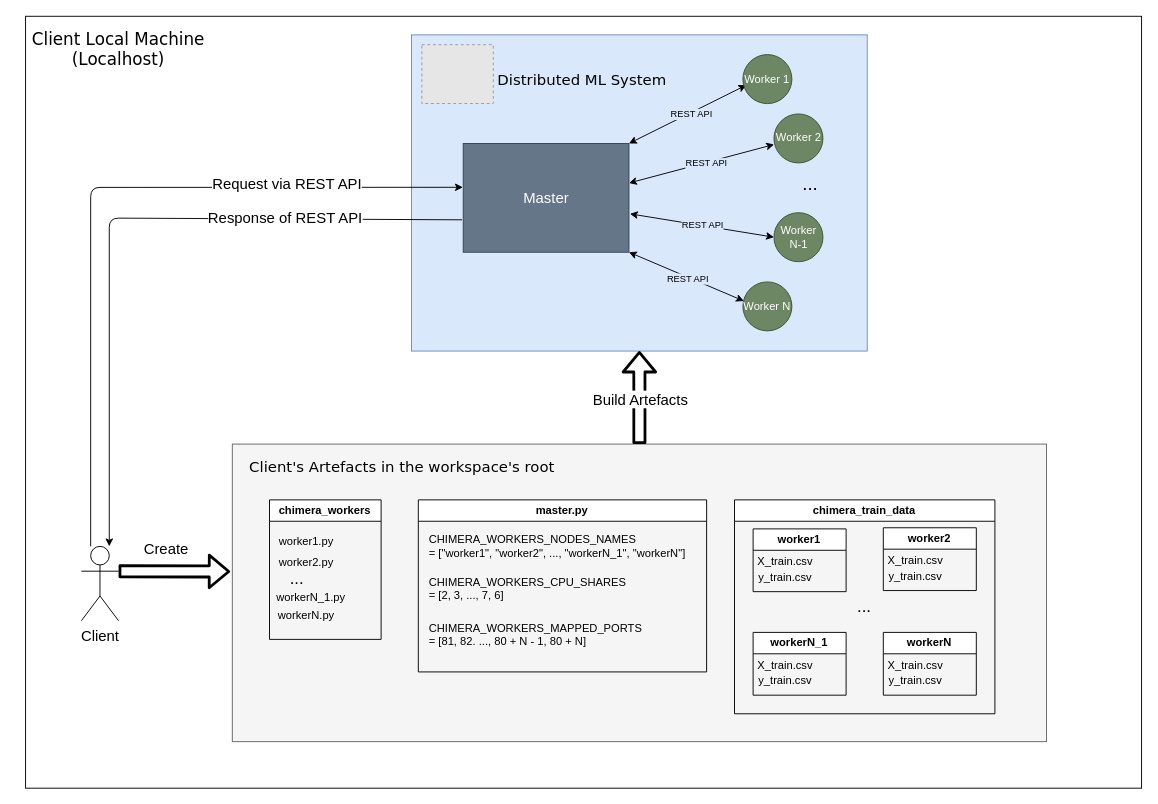
The draw.io diagram images/client/client_interactions.drawio in Samirnunes/chimera, before the edit. Source tidied: cells renumbered, new cells numbered last; positions are measured from the earlier drawing's top-left corner, leaving out a move shared by most shapes. Both pictures are drawn from the tidied source at 93%, with x=0, y=0 at pixel (16, 16). Pictures stored in the file or linked from it are replaced by grey dashed boxes.
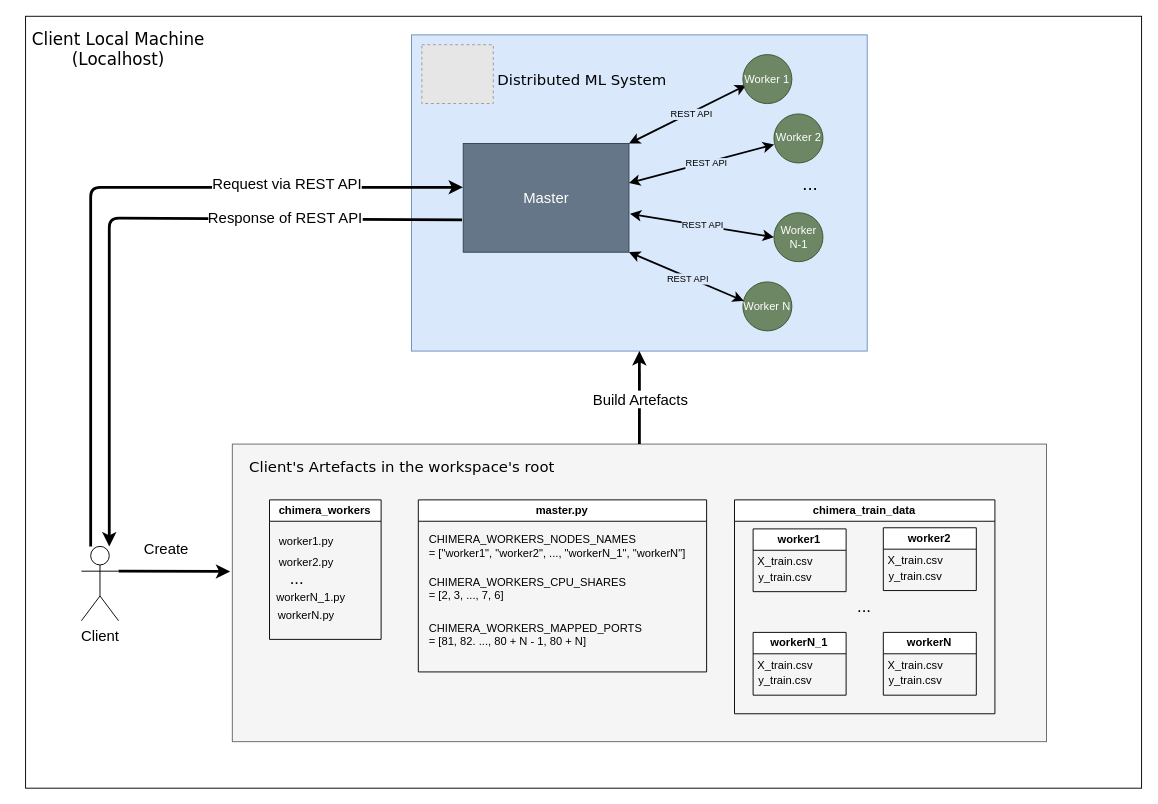
The same diagram, later.

Unchanged cells that the change refers to:
```xml
<mxCell id="3" style="rounded=0;whiteSpace=wrap;html=1;fillColor=#f5f5f5;strokeColor=#666666;fontColor=#333333;" parent="1" vertex="1">
  <mxGeometry x="232.3" y="460" width="875.5" height="320" as="geometry" />
</mxCell>
<mxCell id="4" value="&lt;font style=&quot;font-size: 16px;&quot;&gt;Client&lt;/font&gt;" style="shape=umlActor;verticalLabelPosition=bottom;verticalAlign=top;html=1;outlineConnect=0;" parent="1" vertex="1">
  <mxGeometry x="70" y="570" width="40" height="80" as="geometry" />
</mxCell>
<mxCell id="8" style="rounded=0;whiteSpace=wrap;html=1;fillColor=#dae8fc;strokeColor=#6c8ebf;" parent="7" vertex="1">
  <mxGeometry width="490" height="340" as="geometry" />
</mxCell>
<mxCell id="9" style="group;" parent="7" vertex="1">
  <mxGeometry x="11.1" y="10.6" width="456.6" height="308.1" as="geometry" />
</mxCell>
<mxCell id="10" value="&lt;font style=&quot;color: rgb(255, 255, 255); font-size: 16px;&quot;&gt;Master&lt;/font&gt;" style="rounded=0;whiteSpace=wrap;html=1;fillColor=#647687;strokeColor=#314354;fontColor=#ffffff;" parent="9" vertex="1">
  <mxGeometry x="44.5" y="106.2" width="178.2" height="116.9" as="geometry" />
</mxCell>
<mxCell id="13" value="&lt;font style=&quot;color: rgb(255, 255, 255);&quot;&gt;Worker 1&lt;/font&gt;" style="ellipse;whiteSpace=wrap;html=1;fillColor=#6d8764;strokeColor=#3A5431;fontColor=#ffffff;" parent="9" vertex="1">
  <mxGeometry x="345.2" y="10.6" width="52.7" height="52.7" as="geometry" />
</mxCell>
<mxCell id="14" value="&lt;span style=&quot;&quot;&gt;&lt;font style=&quot;color: rgb(255, 255, 255);&quot;&gt;Worker 2&lt;/font&gt;&lt;/span&gt;" style="ellipse;whiteSpace=wrap;html=1;fillColor=#6d8764;strokeColor=#3A5431;fontColor=#ffffff;" parent="9" vertex="1">
  <mxGeometry x="378.6" y="74.4" width="52.7" height="52.7" as="geometry" />
</mxCell>
<mxCell id="15" value="&lt;span style=&quot;&quot;&gt;&lt;font style=&quot;color: rgb(255, 255, 255);&quot;&gt;Worker N-1&lt;/font&gt;&lt;/span&gt;" style="ellipse;whiteSpace=wrap;html=1;fillColor=#6d8764;strokeColor=#3A5431;fontColor=#ffffff;" parent="9" vertex="1">
  <mxGeometry x="378.6" y="180.6" width="52.7" height="52.7" as="geometry" />
</mxCell>
<mxCell id="16" value="&lt;span style=&quot;&quot;&gt;&lt;font style=&quot;color: rgb(255, 255, 255);&quot;&gt;Worker N&lt;/font&gt;&lt;/span&gt;" style="ellipse;whiteSpace=wrap;html=1;fillColor=#6d8764;strokeColor=#3A5431;fontColor=#ffffff;" parent="9" vertex="1">
  <mxGeometry x="345.2" y="255" width="52.7" height="52.7" as="geometry" />
</mxCell>
```

Diff of the diagram source:
```diff
@@
-    <mxCell id="11" style="endArrow=classic;startArrow=classic;html=1;exitX=1;exitY=0;exitDx=0;exitDy=0;entryX=0.07;entryY=0.623;entryDx=0;entryDy=0;entryPerimeter=0;" parent="9" edge="1" source="10" target="13">
+    <mxCell id="11" style="endArrow=classic;startArrow=classic;html=1;exitX=1;exitY=0;exitDx=0;exitDy=0;entryX=0.07;entryY=0.623;entryDx=0;entryDy=0;entryPerimeter=0;strokeWidth=2;" parent="9" edge="1" source="10" target="13">
       <mxGeometry relative="1" as="geometry" />
     </mxCell>
@@
-    <mxCell id="18" style="endArrow=classic;startArrow=classic;html=1;exitX=1;exitY=0.364;exitDx=0;exitDy=0;exitPerimeter=0;entryX=0.003;entryY=0.623;entryDx=0;entryDy=0;entryPerimeter=0;" parent="9" edge="1" source="10" target="14">
+    <mxCell id="18" style="endArrow=classic;startArrow=classic;html=1;exitX=1;exitY=0.364;exitDx=0;exitDy=0;exitPerimeter=0;entryX=0.003;entryY=0.623;entryDx=0;entryDy=0;entryPerimeter=0;strokeWidth=2;" parent="9" edge="1" source="10" target="14">
       <mxGeometry relative="1" as="geometry" />
     </mxCell>
@@
-    <mxCell id="20" style="endArrow=classic;startArrow=classic;html=1;exitX=1.006;exitY=0.647;exitDx=0;exitDy=0;exitPerimeter=0;entryX=0;entryY=0.5;entryDx=0;entryDy=0;" parent="9" edge="1" source="10" target="15">
+    <mxCell id="20" style="endArrow=classic;startArrow=classic;html=1;exitX=1.006;exitY=0.647;exitDx=0;exitDy=0;exitPerimeter=0;entryX=0;entryY=0.5;entryDx=0;entryDy=0;strokeWidth=2;" parent="9" edge="1" source="10" target="15">
       <mxGeometry relative="1" as="geometry" />
     </mxCell>
@@
-    <mxCell id="22" style="endArrow=classic;startArrow=classic;html=1;exitX=1;exitY=1;exitDx=0;exitDy=0;entryX=0.02;entryY=0.39;entryDx=0;entryDy=0;entryPerimeter=0;" parent="9" edge="1" source="10" target="16">
+    <mxCell id="22" style="endArrow=classic;startArrow=classic;html=1;exitX=1;exitY=1;exitDx=0;exitDy=0;entryX=0.02;entryY=0.39;entryDx=0;entryDy=0;entryPerimeter=0;strokeWidth=2;" parent="9" edge="1" source="10" target="16">
       <mxGeometry relative="1" as="geometry" />
     </mxCell>
@@
-    <mxCell id="53" style="endArrow=classic;html=1;exitX=0.5;exitY=0;exitDx=0;exitDy=0;entryX=0.5;entryY=1;entryDx=0;entryDy=0;shape=flexArrow;strokeWidth=3;" parent="1" edge="1" source="3" target="8">
+    <mxCell id="53" style="endArrow=classic;html=1;exitX=0.5;exitY=0;exitDx=0;exitDy=0;entryX=0.5;entryY=1;entryDx=0;entryDy=0;strokeWidth=3;" parent="1" edge="1" source="3" target="8">
       <mxGeometry relative="1" as="geometry" />
     </mxCell>
@@
-    <mxCell id="55" style="shape=flexArrow;endArrow=classic;html=1;exitX=1;exitY=0.3333333333333333;exitDx=0;exitDy=0;exitPerimeter=0;strokeWidth=3;" parent="1" edge="1" source="4">
+    <mxCell id="55" style="endArrow=classic;html=1;exitX=1;exitY=0.3333333333333333;exitDx=0;exitDy=0;exitPerimeter=0;strokeWidth=3;" parent="1" edge="1" source="4">
       <mxGeometry relative="1" as="geometry">
         <mxPoint x="230" y="597" as="targetPoint" />
       </mxGeometry>
     </mxCell>
@@
-    <mxCell id="57" style="endArrow=classic;html=1;entryX=-0.002;entryY=0.403;entryDx=0;entryDy=0;entryPerimeter=0;" parent="1" edge="1" target="10">
+    <mxCell id="57" style="endArrow=classic;html=1;entryX=-0.002;entryY=0.403;entryDx=0;entryDy=0;entryPerimeter=0;strokeWidth=3;" parent="1" edge="1" target="10">
       <mxGeometry relative="1" as="geometry">
         <mxPoint x="80" y="570" as="sourcePoint" />
         <Array as="points">
           <mxPoint x="80" y="184" />
         </Array>
       </mxGeometry>
     </mxCell>
@@
-    <mxCell id="59" style="endArrow=classic;html=1;exitX=-0.007;exitY=0.702;exitDx=0;exitDy=0;exitPerimeter=0;" parent="1" edge="1" source="10">
+    <mxCell id="59" style="endArrow=classic;html=1;exitX=-0.007;exitY=0.702;exitDx=0;exitDy=0;exitPerimeter=0;strokeWidth=3;" parent="1" edge="1" source="10">
       <mxGeometry relative="1" as="geometry">
         <mxPoint x="100" y="570" as="targetPoint" />
         <Array as="points">
           <mxPoint x="100" y="217" />
         </Array>
       </mxGeometry>
     </mxCell>
```
